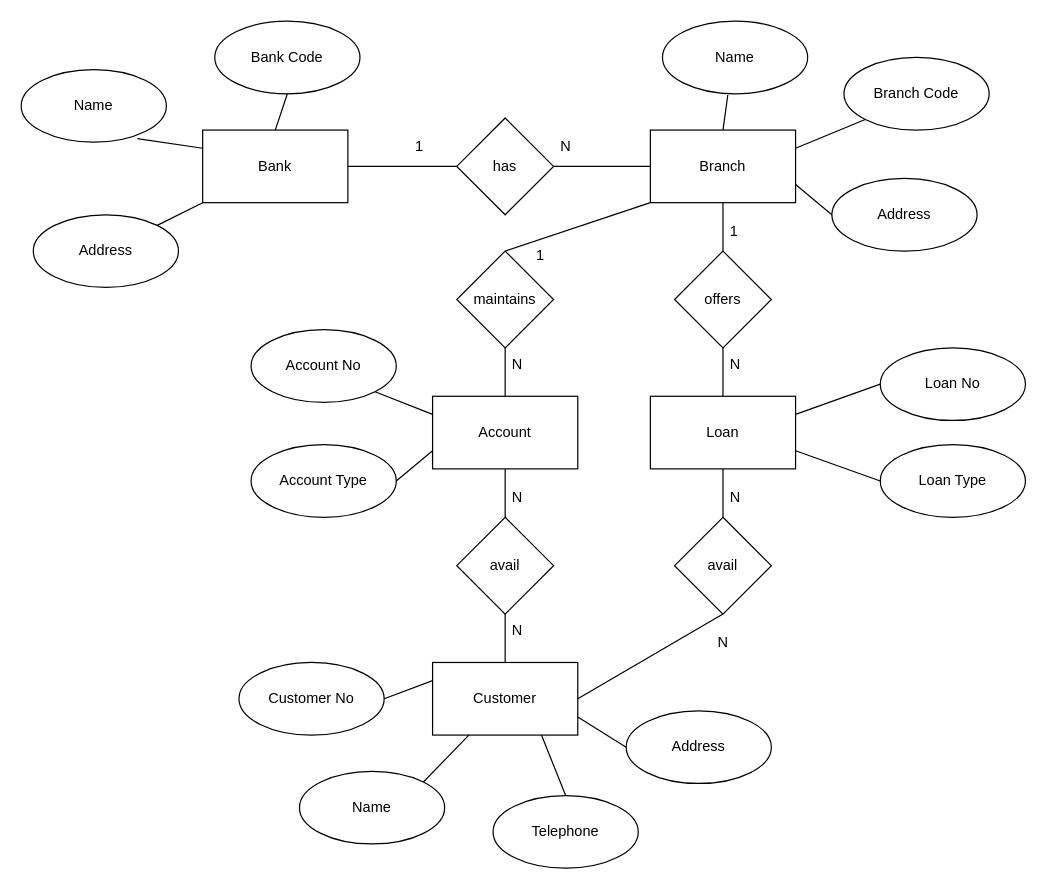
The draw.io diagram bank.drawio in fswdtls/fswdtls, before the edit. Source tidied: cells renumbered, new cells numbered last; positions are measured from the earlier drawing's top-left corner, leaving out a move shared by most shapes. Both pictures are drawn from the tidied source at 121%, with x=0, y=0 at pixel (21, 21).
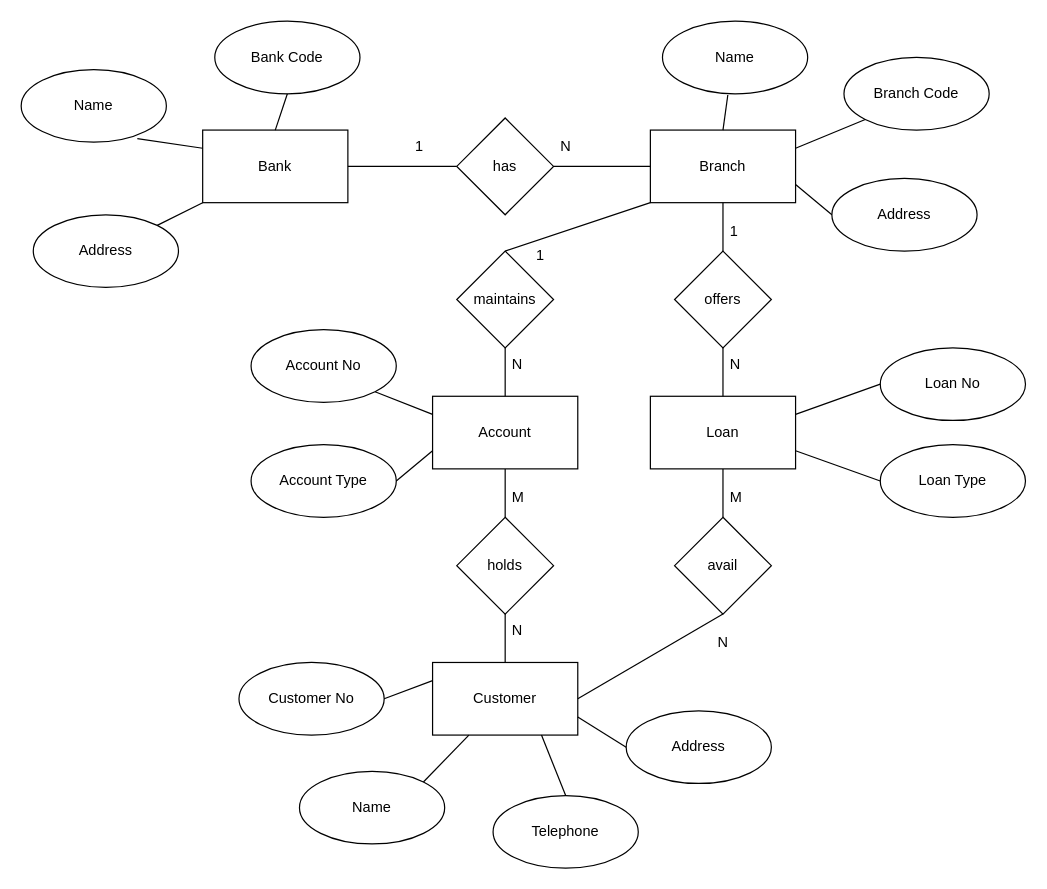
Above is the later version.

The edit, as a diff of the source:
```diff
@@
-    <mxCell id="16" value="avail" style="rhombus;whiteSpace=wrap;html=1;" parent="1" vertex="1">
+    <mxCell id="16" value="holds" style="rhombus;whiteSpace=wrap;html=1;" parent="1" vertex="1">
       <mxGeometry x="360" y="410" width="80" height="80" as="geometry" />
     </mxCell>
@@
-    <mxCell id="28" value="N" style="text;strokeColor=none;fillColor=none;spacingLeft=4;spacingRight=4;overflow=hidden;fontSize=12;" parent="1" vertex="1">
+    <mxCell id="28" value="M" style="text;strokeColor=none;fillColor=none;spacingLeft=4;spacingRight=4;overflow=hidden;fontSize=12;" parent="1" vertex="1">
       <mxGeometry x="400" y="380" width="40" height="30" as="geometry" />
     </mxCell>
-    <mxCell id="29" value="N" style="text;strokeColor=none;fillColor=none;spacingLeft=4;spacingRight=4;overflow=hidden;fontSize=12;" parent="1" vertex="1">
+    <mxCell id="29" value="M" style="text;strokeColor=none;fillColor=none;spacingLeft=4;spacingRight=4;overflow=hidden;fontSize=12;" parent="1" vertex="1">
       <mxGeometry x="580" y="380" width="40" height="30" as="geometry" />
     </mxCell>
```
